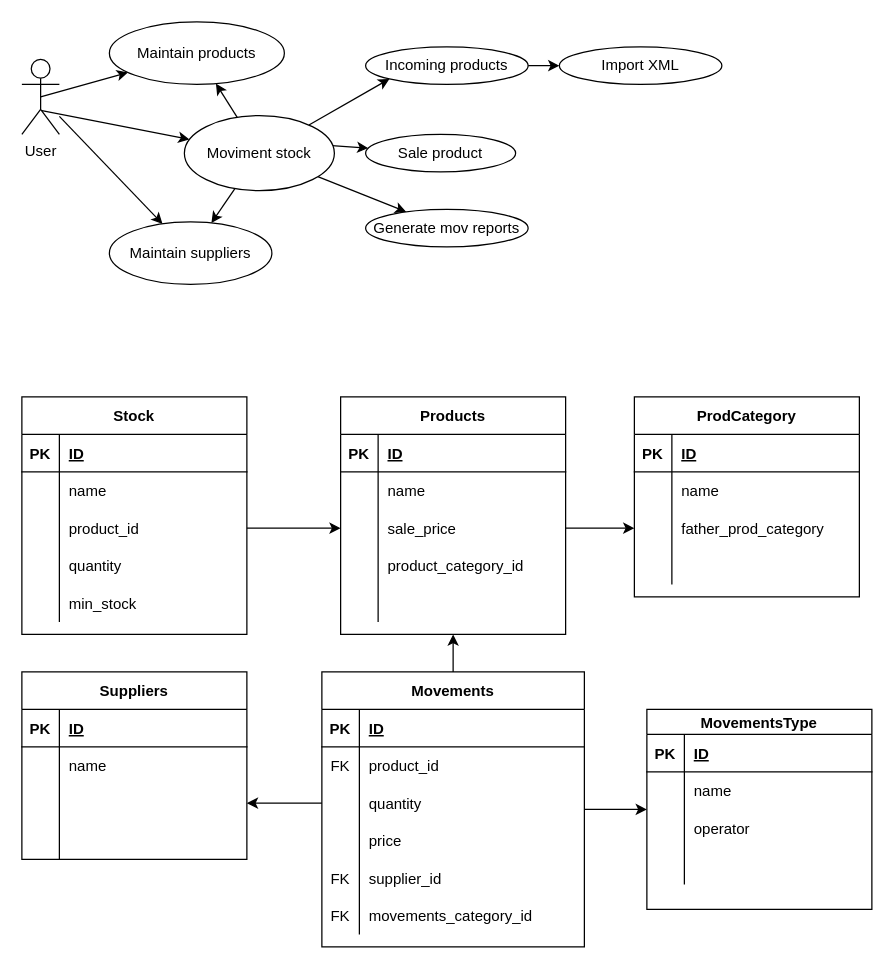
Above: docs/class-diagram.drawio in viniciuSquare/rc_store-backend (draw.io), before the change. Source tidied: cells renumbered, new cells numbered last; positions are measured from the earlier drawing's top-left corner, leaving out a move shared by most shapes. Both pictures are drawn from the tidied source at 125%, with x=0, y=0 at pixel (21, 21).
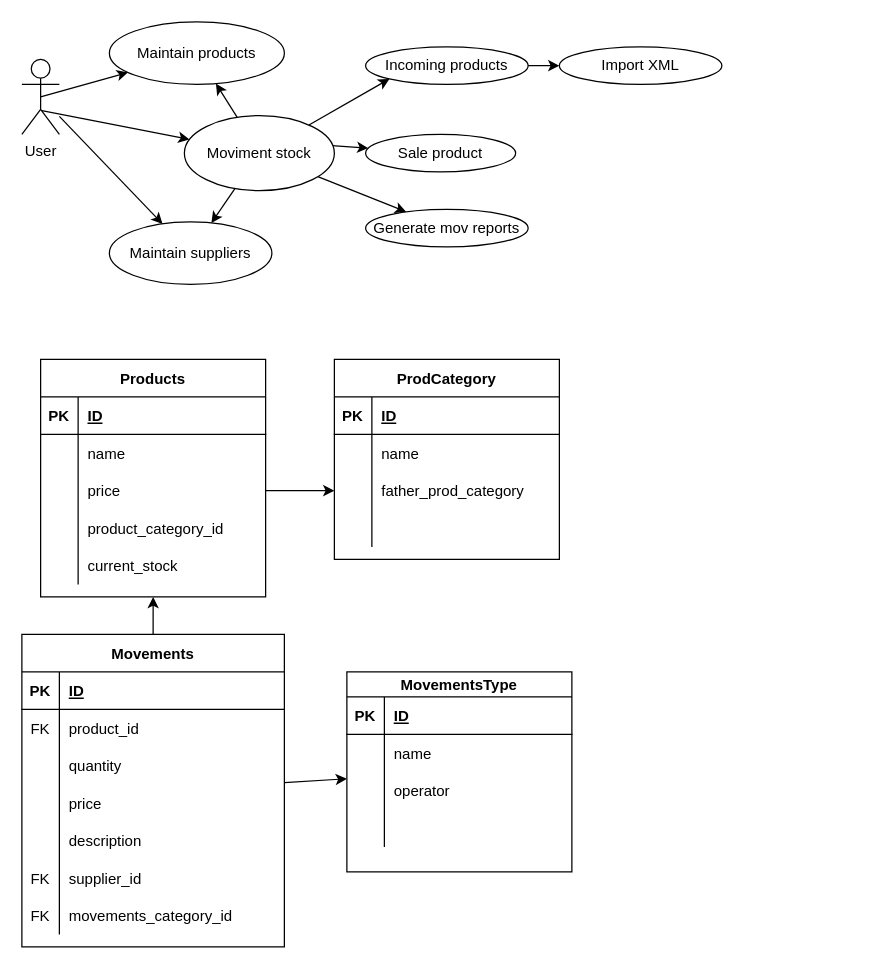
Above is the later version.

Unchanged cells that the change refers to:
```xml
<mxCell id="38" style="shape=partialRectangle;fillColor=none;top=0;left=0;bottom=0;right=0;points=[[0,0.5],[1,0.5]];portConstraint=eastwest;" parent="31" vertex="1">
  <mxGeometry y="90" width="210" height="30" as="geometry" />
</mxCell>
<mxCell id="73" style="shape=partialRectangle;fillColor=none;top=0;left=0;bottom=0;right=0;points=[[0,0.5],[1,0.5]];portConstraint=eastwest;" parent="66" vertex="1">
  <mxGeometry y="90" width="180" height="30" as="geometry" />
</mxCell>
<mxCell id="79" style="shape=partialRectangle;fillColor=none;top=0;left=0;bottom=0;right=0;" parent="66" vertex="1">
  <mxGeometry y="150" width="180" height="30" as="geometry" />
</mxCell>
```

What changed in the source:
```diff
@@
-    <mxCell id="16" value="Suppliers" style="shape=table;startSize=30;childLayout=tableLayout;rowLines=0;fontStyle=1;align=center;" parent="1" vertex="1">
-      <mxGeometry y="520" width="180" height="150" as="geometry" />
-    </mxCell>
-    <mxCell id="17" style="shape=partialRectangle;fillColor=none;top=0;left=0;bottom=1;right=0;" parent="16" vertex="1">
-      <mxGeometry y="30" width="180" height="30" as="geometry" />
-    </mxCell>
-    <mxCell id="18" value="PK" style="shape=partialRectangle;fillColor=none;top=0;left=0;bottom=0;right=0;fontStyle=1;overflow=hidden;" parent="17" vertex="1">
-      <mxGeometry width="30" height="30" as="geometry" />
-    </mxCell>
-    <mxCell id="19" value="ID" style="shape=partialRectangle;fillColor=none;top=0;left=0;bottom=0;right=0;align=left;spacingLeft=6;fontStyle=5;overflow=hidden;" parent="17" vertex="1">
-      <mxGeometry x="30" width="150" height="30" as="geometry" />
-    </mxCell>
-    <mxCell id="20" style="shape=partialRectangle;fillColor=none;top=0;left=0;bottom=0;right=0;" parent="16" vertex="1">
-      <mxGeometry y="60" width="180" height="30" as="geometry" />
-    </mxCell>
-    <mxCell id="21" style="shape=partialRectangle;fillColor=none;top=0;left=0;bottom=0;right=0;overflow=hidden;" parent="20" vertex="1">
-      <mxGeometry width="30" height="30" as="geometry" />
-    </mxCell>
-    <mxCell id="22" value="name" style="shape=partialRectangle;fillColor=none;top=0;left=0;bottom=0;right=0;align=left;spacingLeft=6;overflow=hidden;" parent="20" vertex="1">
-      <mxGeometry x="30" width="150" height="30" as="geometry" />
-    </mxCell>
-    <mxCell id="23" style="shape=partialRectangle;fillColor=none;top=0;left=0;bottom=0;right=0;points=[[0,0.5],[1,0.5]];portConstraint=eastwest;" parent="16" vertex="1">
-      <mxGeometry y="90" width="180" height="30" as="geometry" />
-    </mxCell>
-    <mxCell id="24" style="shape=partialRectangle;fillColor=none;top=0;left=0;bottom=0;right=0;overflow=hidden;" parent="23" vertex="1">
-      <mxGeometry width="30" height="30" as="geometry" />
-    </mxCell>
-    <mxCell id="25" style="shape=partialRectangle;fillColor=none;top=0;left=0;bottom=0;right=0;align=left;spacingLeft=6;overflow=hidden;" parent="23" vertex="1">
-      <mxGeometry x="30" width="150" height="30" as="geometry" />
-    </mxCell>
-    <mxCell id="26" style="shape=partialRectangle;fillColor=none;top=0;left=0;bottom=0;right=0;" parent="16" vertex="1">
-      <mxGeometry y="120" width="180" height="30" as="geometry" />
-    </mxCell>
-    <mxCell id="27" style="shape=partialRectangle;fillColor=none;top=0;left=0;bottom=0;right=0;overflow=hidden;" parent="26" vertex="1">
-      <mxGeometry width="30" height="30" as="geometry" />
-    </mxCell>
-    <mxCell id="28" style="shape=partialRectangle;fillColor=none;top=0;left=0;bottom=0;right=0;align=left;spacingLeft=6;overflow=hidden;" parent="26" vertex="1">
-      <mxGeometry x="30" width="150" height="30" as="geometry" />
-    </mxCell>
@@
     <mxCell id="31" value="Movements" style="shape=table;startSize=30;childLayout=tableLayout;rowLines=0;fontStyle=1;align=center;" parent="1" vertex="1">
-      <mxGeometry x="240" y="520" width="210" height="220" as="geometry" />
+      <mxGeometry y="490" width="210" height="250" as="geometry" />
     </mxCell>
@@
+    <mxCell id="109" style="shape=partialRectangle;fillColor=none;top=0;left=0;bottom=0;right=0;" parent="31" vertex="1">
+      <mxGeometry y="150" width="210" height="30" as="geometry" />
+    </mxCell>
+    <mxCell id="110" value="   &#10;" style="shape=partialRectangle;fillColor=none;top=0;left=0;bottom=0;right=0;overflow=hidden;" parent="109" vertex="1">
+      <mxGeometry width="30" height="30" as="geometry" />
+    </mxCell>
+    <mxCell id="111" value="description" style="shape=partialRectangle;fillColor=none;top=0;left=0;bottom=0;right=0;align=left;spacingLeft=6;overflow=hidden;" parent="109" vertex="1">
+      <mxGeometry x="30" width="180" height="30" as="geometry" />
+    </mxCell>
     <mxCell id="44" style="shape=partialRectangle;fillColor=none;top=0;left=0;bottom=0;right=0;" parent="31" vertex="1">
-      <mxGeometry y="150" width="210" height="30" as="geometry" />
+      <mxGeometry y="180" width="210" height="30" as="geometry" />
     </mxCell>
@@
     <mxCell id="47" style="shape=partialRectangle;fillColor=none;top=0;left=0;bottom=0;right=0;" parent="31" vertex="1">
-      <mxGeometry y="180" width="210" height="30" as="geometry" />
+      <mxGeometry y="210" width="210" height="30" as="geometry" />
     </mxCell>
@@
     <mxCell id="52" value="MovementsType" style="shape=table;startSize=20;childLayout=tableLayout;rowLines=0;fontStyle=1;align=center;" parent="1" vertex="1">
-      <mxGeometry x="500" y="550" width="180" height="160" as="geometry" />
+      <mxGeometry x="260" y="520" width="180" height="160" as="geometry" />
     </mxCell>
@@
-    <mxCell id="65" style="edgeStyle=none;html=1;" parent="1" edge="1" source="38" target="23">
-      <mxGeometry relative="1" as="geometry" />
-    </mxCell>
     <mxCell id="66" value="Products" style="shape=table;startSize=30;childLayout=tableLayout;rowLines=0;fontStyle=1;align=center;" parent="1" vertex="1">
-      <mxGeometry x="255" y="300" width="180" height="190" as="geometry" />
+      <mxGeometry x="15" y="270" width="180" height="190" as="geometry" />
     </mxCell>
@@
-    <mxCell id="75" value="sale_price" style="shape=partialRectangle;fillColor=none;top=0;left=0;bottom=0;right=0;align=left;spacingLeft=6;overflow=hidden;" parent="73" vertex="1">
+    <mxCell id="75" value="price" style="shape=partialRectangle;fillColor=none;top=0;left=0;bottom=0;right=0;align=left;spacingLeft=6;overflow=hidden;" parent="73" vertex="1">
       <mxGeometry x="30" width="150" height="30" as="geometry" />
     </mxCell>
@@
-    <mxCell id="81" style="shape=partialRectangle;fillColor=none;top=0;left=0;bottom=0;right=0;align=left;spacingLeft=6;overflow=hidden;" parent="79" vertex="1">
+    <mxCell id="81" value="current_stock" style="shape=partialRectangle;fillColor=none;top=0;left=0;bottom=0;right=0;align=left;spacingLeft=6;overflow=hidden;" parent="79" vertex="1">
       <mxGeometry x="30" width="150" height="30" as="geometry" />
     </mxCell>
     <mxCell id="82" value="ProdCategory" style="shape=table;startSize=30;childLayout=tableLayout;rowLines=0;fontStyle=1;align=center;" parent="1" vertex="1">
-      <mxGeometry x="490" y="300" width="180" height="160" as="geometry" />
+      <mxGeometry x="250" y="270" width="180" height="160" as="geometry" />
     </mxCell>
@@
-    <mxCell id="96" value="Stock" style="shape=table;startSize=30;childLayout=tableLayout;rowLines=0;fontStyle=1;align=center;" parent="1" vertex="1">
-      <mxGeometry y="300" width="180" height="190" as="geometry" />
-    </mxCell>
-    <mxCell id="97" style="shape=partialRectangle;fillColor=none;top=0;left=0;bottom=1;right=0;" parent="96" vertex="1">
-      <mxGeometry y="30" width="180" height="30" as="geometry" />
-    </mxCell>
-    <mxCell id="98" value="PK" style="shape=partialRectangle;fillColor=none;top=0;left=0;bottom=0;right=0;fontStyle=1;overflow=hidden;" parent="97" vertex="1">
-      <mxGeometry width="30" height="30" as="geometry" />
-    </mxCell>
-    <mxCell id="99" value="ID" style="shape=partialRectangle;fillColor=none;top=0;left=0;bottom=0;right=0;align=left;spacingLeft=6;fontStyle=5;overflow=hidden;" parent="97" vertex="1">
-      <mxGeometry x="30" width="150" height="30" as="geometry" />
-    </mxCell>
-    <mxCell id="100" style="shape=partialRectangle;fillColor=none;top=0;left=0;bottom=0;right=0;" parent="96" vertex="1">
-      <mxGeometry y="60" width="180" height="30" as="geometry" />
-    </mxCell>
-    <mxCell id="101" style="shape=partialRectangle;fillColor=none;top=0;left=0;bottom=0;right=0;overflow=hidden;" parent="100" vertex="1">
-      <mxGeometry width="30" height="30" as="geometry" />
-    </mxCell>
-    <mxCell id="102" value="name" style="shape=partialRectangle;fillColor=none;top=0;left=0;bottom=0;right=0;align=left;spacingLeft=6;overflow=hidden;" parent="100" vertex="1">
-      <mxGeometry x="30" width="150" height="30" as="geometry" />
-    </mxCell>
-    <mxCell id="103" style="shape=partialRectangle;fillColor=none;top=0;left=0;bottom=0;right=0;points=[[0,0.5],[1,0.5]];portConstraint=eastwest;" parent="96" vertex="1">
-      <mxGeometry y="90" width="180" height="30" as="geometry" />
-    </mxCell>
-    <mxCell id="104" style="shape=partialRectangle;fillColor=none;top=0;left=0;bottom=0;right=0;overflow=hidden;" parent="103" vertex="1">
-      <mxGeometry width="30" height="30" as="geometry" />
-    </mxCell>
-    <mxCell id="105" value="product_id" style="shape=partialRectangle;fillColor=none;top=0;left=0;bottom=0;right=0;align=left;spacingLeft=6;overflow=hidden;" parent="103" vertex="1">
-      <mxGeometry x="30" width="150" height="30" as="geometry" />
-    </mxCell>
-    <mxCell id="106" style="shape=partialRectangle;fillColor=none;top=0;left=0;bottom=0;right=0;" parent="96" vertex="1">
-      <mxGeometry y="120" width="180" height="30" as="geometry" />
-    </mxCell>
-    <mxCell id="107" style="shape=partialRectangle;fillColor=none;top=0;left=0;bottom=0;right=0;overflow=hidden;" parent="106" vertex="1">
-      <mxGeometry width="30" height="30" as="geometry" />
-    </mxCell>
-    <mxCell id="108" value="quantity" style="shape=partialRectangle;fillColor=none;top=0;left=0;bottom=0;right=0;align=left;spacingLeft=6;overflow=hidden;" parent="106" vertex="1">
-      <mxGeometry x="30" width="150" height="30" as="geometry" />
-    </mxCell>
-    <mxCell id="109" style="shape=partialRectangle;fillColor=none;top=0;left=0;bottom=0;right=0;" parent="96" vertex="1">
-      <mxGeometry y="150" width="180" height="30" as="geometry" />
-    </mxCell>
-    <mxCell id="110" style="shape=partialRectangle;fillColor=none;top=0;left=0;bottom=0;right=0;overflow=hidden;" parent="109" vertex="1">
-      <mxGeometry width="30" height="30" as="geometry" />
-    </mxCell>
-    <mxCell id="111" value="min_stock" style="shape=partialRectangle;fillColor=none;top=0;left=0;bottom=0;right=0;align=left;spacingLeft=6;overflow=hidden;" parent="109" vertex="1">
-      <mxGeometry x="30" width="150" height="30" as="geometry" />
-    </mxCell>
-    <mxCell id="112" style="edgeStyle=none;html=1;" parent="1" edge="1" source="103" target="73">
-      <mxGeometry relative="1" as="geometry" />
-    </mxCell>
```
